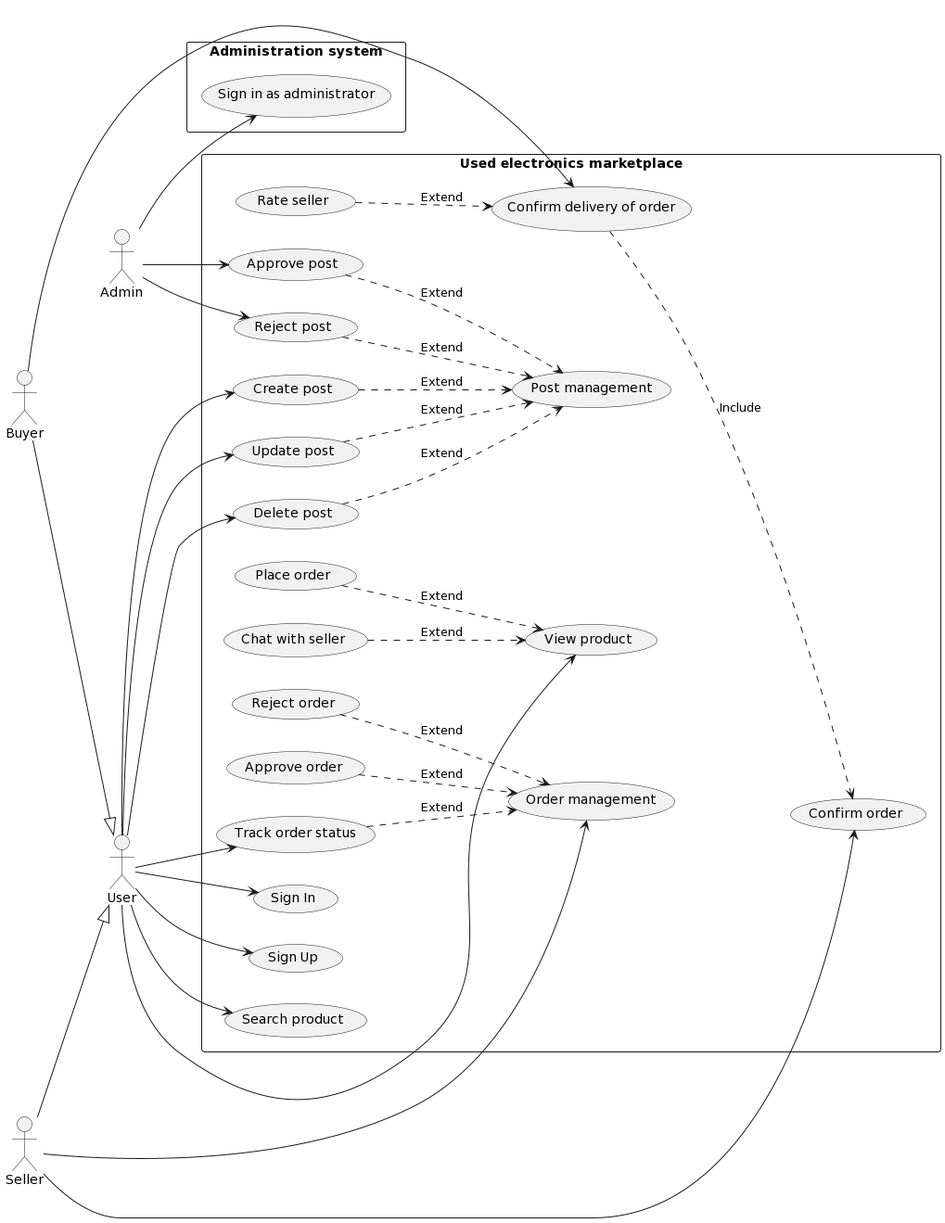
Earlier version of the PlantUML export Lab 1.2/img/use-case.png (doublek2712/SE357-Pratice-class). Its diagram source:
```plantuml
@startuml
left to right direction
skinparam packageStyle rectangle
actor User
actor Admin
actor Buyer
actor Seller
rectangle "Used electronics marketplace" {
    User --> (Sign In)
    User --> (Sign Up)
    User --> (View product)
    User --> (Search product)
    (Create post) ..> (Post management): Extend
    (Update post) ..> (Post management): Extend
    (Delete post) ..> (Post management): Extend
    (Approve post) ..> (Post management): Extend
    (Reject post) ..> (Post management): Extend
    (Chat with seller) ..> (View product): Extend
    (Place order) ..> (View product): Extend
    User --> (Create post)
    User --> (Update post)
    User --> (Delete post)
    Admin --> (Approve post)
    Admin --> (Reject post)
    (Approve order) ..> (Order management): Extend
    (Reject order) ..> (Order management): Extend
    (Track order status) ..> (Order management): Extend
    Seller --> (Order management)
    User --> (Track order status)
    Buyer --> (Confirm delivery of order)
    (Rate seller) ..> (Confirm delivery of order): Extend
    Seller --> (Confirm order)
    (Confirm delivery of order) ..> (Confirm order): Include
}
rectangle "Administration system"{
    Admin --> (Sign in as administrator)
}

Buyer --|> User
Seller --|> User
@enduml
```
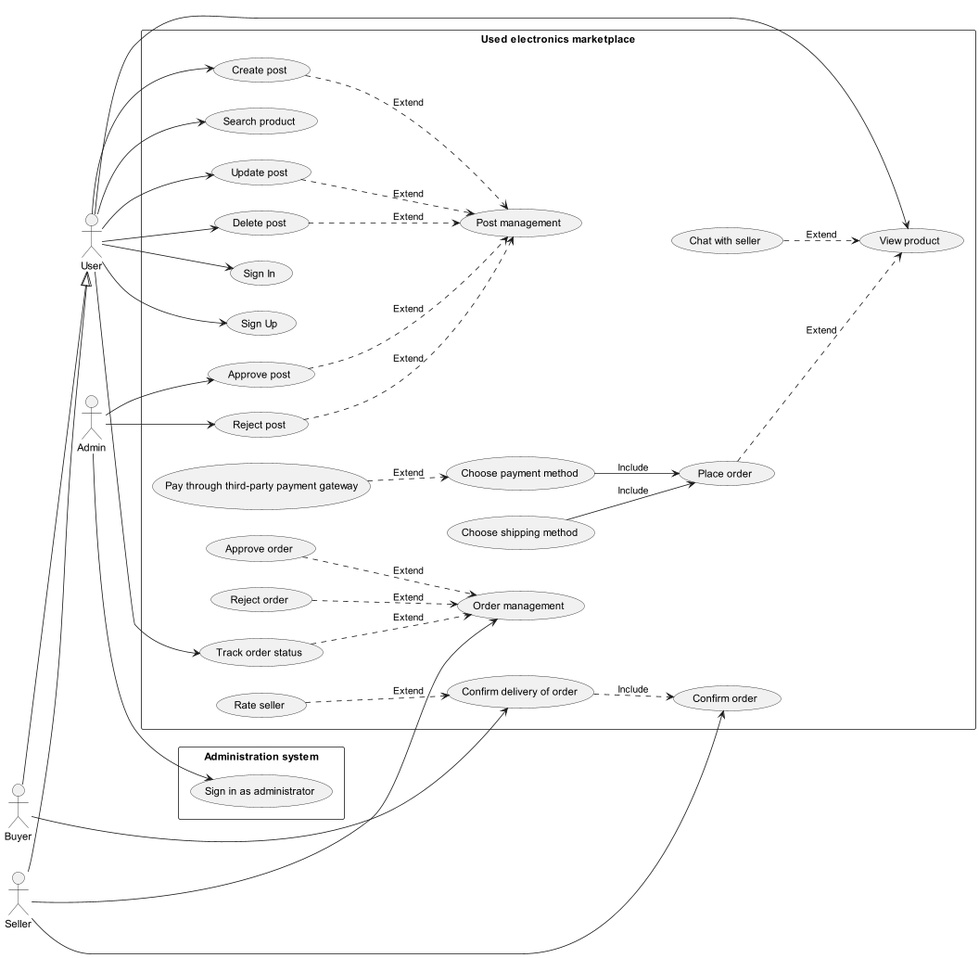
The same file after the commit.

Commit message:
update use case

Change to the diagram source:
```diff
@@ -17,6 +17,9 @@
     (Reject post) ..> (Post management): Extend
     (Chat with seller) ..> (View product): Extend
     (Place order) ..> (View product): Extend
+    (Choose payment method) --> (Place order): Include
+    (Choose shipping method) --> (Place order): Include
+    (Pay through third-party payment gateway) ..> (Choose payment method): Extend
     User --> (Create post)
     User --> (Update post)
     User --> (Delete post)
@@ -38,4 +41,5 @@
 
 Buyer --|> User
 Seller --|> User
+
 @enduml
```
